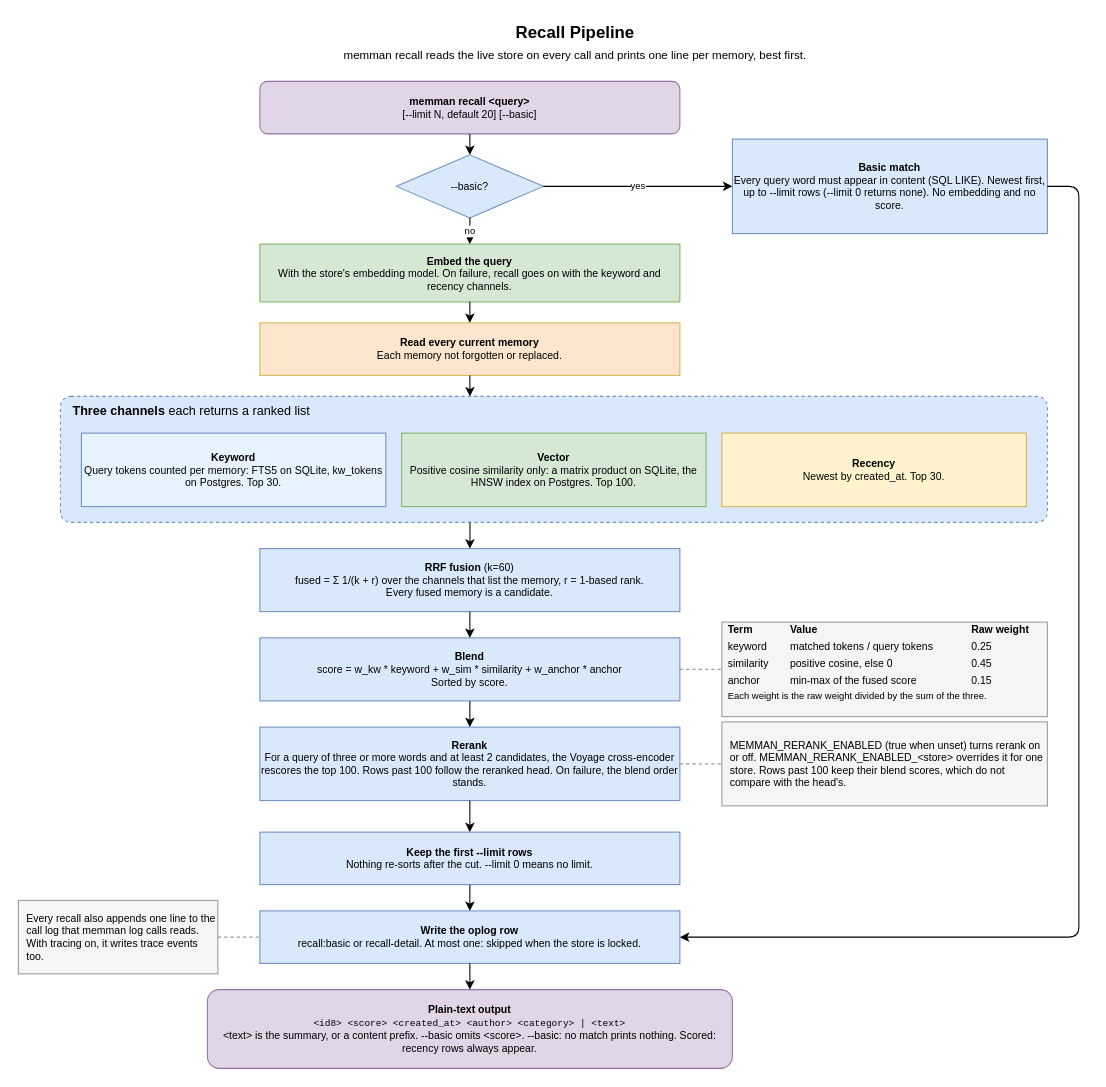
bissli/memman keeps this draw.io diagram as docs/diagrams/05-recall-pipeline.drawio. Above is the earlier version. Source tidied: cells renumbered, new cells numbered last; positions are measured from the earlier drawing's top-left corner, leaving out a move shared by most shapes. Both pictures are drawn from the tidied source at 105%, with x=0, y=0 at pixel (18, 18).
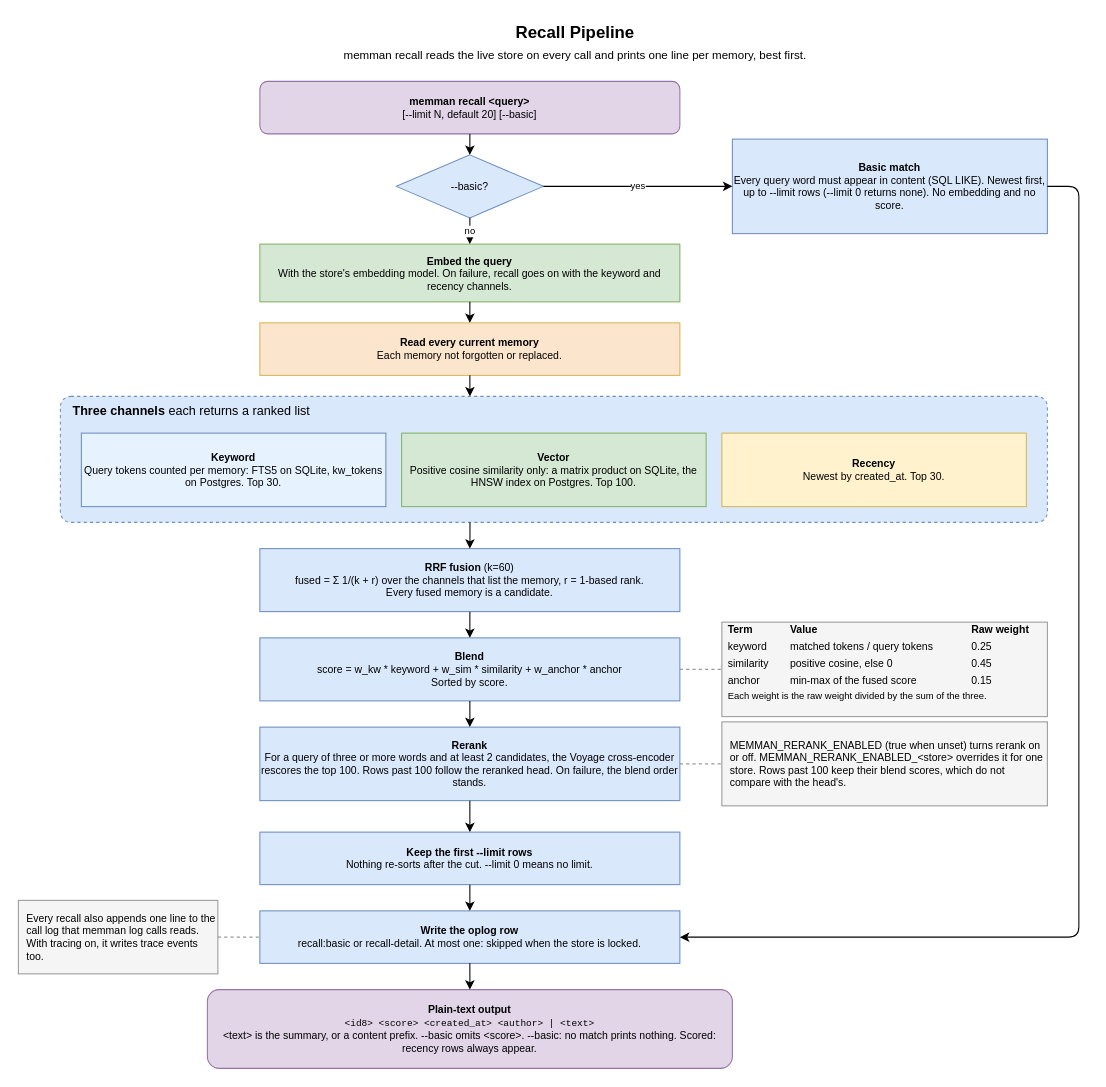
Above is the later version.

The edit, as a diff of the source:
```diff
@@
-    <mxCell id="20" value="&lt;b&gt;Plain-text output&lt;/b&gt;&lt;br&gt;&lt;font style=&quot;font-family:monospace;font-size:9px&quot;&gt;&amp;lt;id8&amp;gt; &amp;lt;score&amp;gt; &amp;lt;created_at&amp;gt; &amp;lt;author&amp;gt; &amp;lt;category&amp;gt; | &amp;lt;text&amp;gt;&lt;/font&gt;&lt;br&gt;&amp;lt;text&amp;gt; is the summary, or a content prefix. --basic omits &amp;lt;score&amp;gt;. --basic: no match prints nothing. Scored: recency rows always appear." style="rounded=1;whiteSpace=wrap;html=1;fillColor=#e1d5e7;strokeColor=#9673a6;fontSize=10;" parent="1" vertex="1">
+    <mxCell id="20" value="&lt;b&gt;Plain-text output&lt;/b&gt;&lt;br&gt;&lt;font style=&quot;font-family:monospace;font-size:9px&quot;&gt;&amp;lt;id8&amp;gt; &amp;lt;score&amp;gt; &amp;lt;created_at&amp;gt; &amp;lt;author&amp;gt; | &amp;lt;text&amp;gt;&lt;/font&gt;&lt;br&gt;&amp;lt;text&amp;gt; is the summary, or a content prefix. --basic omits &amp;lt;score&amp;gt;. --basic: no match prints nothing. Scored: recency rows always appear." style="rounded=1;whiteSpace=wrap;html=1;fillColor=#e1d5e7;strokeColor=#9673a6;fontSize=10;" parent="1" vertex="1">
       <mxGeometry x="180" y="925" width="500" height="75" as="geometry" />
     </mxCell>
```
